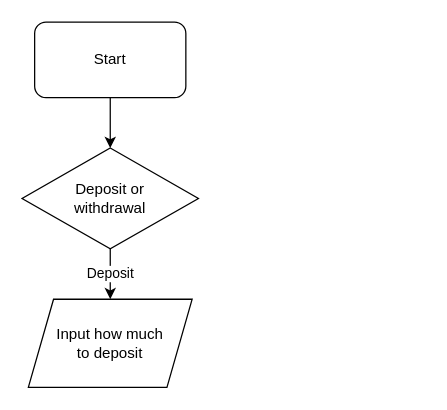
The draw.io diagram Lessons/Unit4/2.drawio in PPMAN123/ICS2D1, before the edit. Source tidied: cells renumbered, new cells numbered last; positions are measured from the earlier drawing's top-left corner, leaving out a move shared by most shapes. Both pictures are drawn from the tidied source at 126%, with x=0, y=0 at pixel (21, 21).
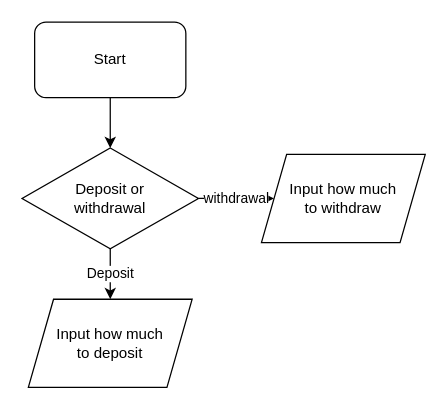
The same page after the edit.

The edit, as a diff of the source:
```diff
@@
 <mxGraphModel>
   <root>
     <mxCell id="0" />
     <mxCell id="1" parent="0" />
     <mxCell id="2" style="edgeStyle=orthogonalEdgeStyle;rounded=0;jettySize=auto;html=1;" parent="1" edge="1" source="3" target="5">
       <mxGeometry relative="1" as="geometry" />
     </mxCell>
     <mxCell id="3" value="Start" style="rounded=1;whiteSpace=wrap;html=1;" parent="1" vertex="1">
       <mxGeometry x="10" width="120" height="60" as="geometry" />
     </mxCell>
     <mxCell id="4" value="Deposit" style="edgeStyle=orthogonalEdgeStyle;rounded=0;jettySize=auto;html=1;exitX=0.5;exitY=1;exitDx=0;exitDy=0;" parent="1" edge="1" source="5" target="6">
       <mxGeometry relative="1" as="geometry" />
     </mxCell>
+    <mxCell id="7" value="withdrawal" style="edgeStyle=orthogonalEdgeStyle;rounded=0;jettySize=auto;html=1;" parent="1" edge="1" source="5" target="8">
+      <mxGeometry relative="1" as="geometry" />
+    </mxCell>
     <mxCell id="5" value="Deposit or&lt;br&gt;withdrawal" style="rhombus;whiteSpace=wrap;html=1;" parent="1" vertex="1">
       <mxGeometry y="100" width="140" height="80" as="geometry" />
     </mxCell>
     <mxCell id="6" value="Input how much&lt;br&gt;to deposit" style="shape=parallelogram;perimeter=parallelogramPerimeter;whiteSpace=wrap;html=1;fixedSize=1;" parent="1" vertex="1">
       <mxGeometry x="5" y="220" width="130" height="70" as="geometry" />
     </mxCell>
+    <mxCell id="8" value="Input how much&lt;br&gt;to withdraw" style="shape=parallelogram;perimeter=parallelogramPerimeter;whiteSpace=wrap;html=1;fixedSize=1;" parent="1" vertex="1">
+      <mxGeometry x="190" y="105" width="130" height="70" as="geometry" />
+    </mxCell>
   </root>
 </mxGraphModel>
```
